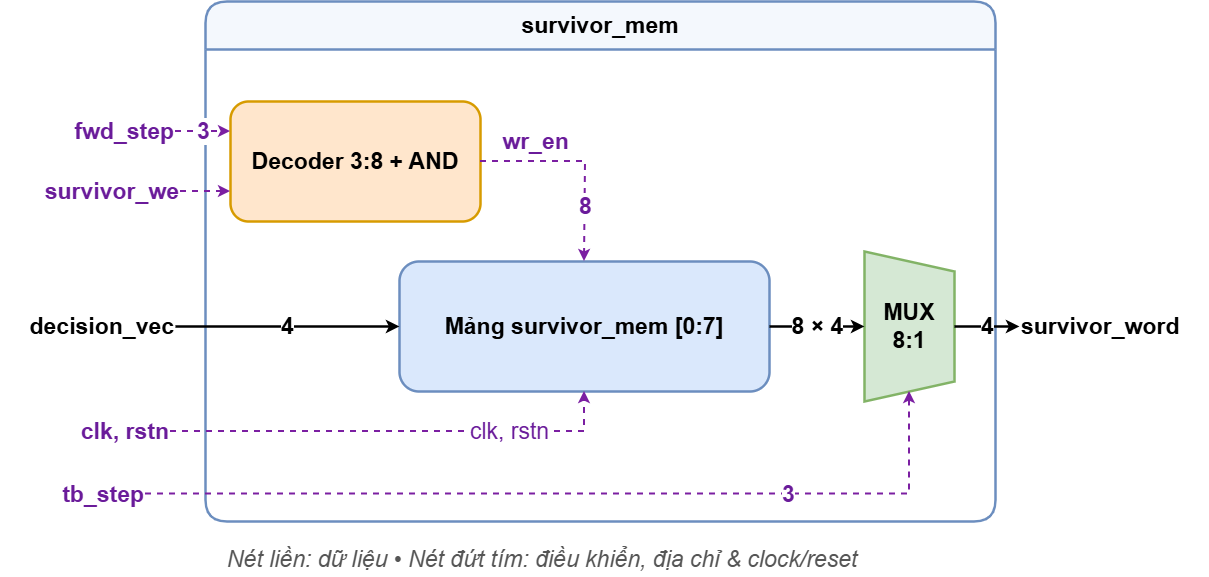
nvh1811/viterbi_decoder keeps this draw.io diagram as docs/figures/Viterbi_decoder-survivor_mem.drawio.png. Above is the earlier version. Source tidied: cells renumbered, new cells last; positions are measured from the earlier drawing's top-left corner, leaving out a move shared by most shapes.
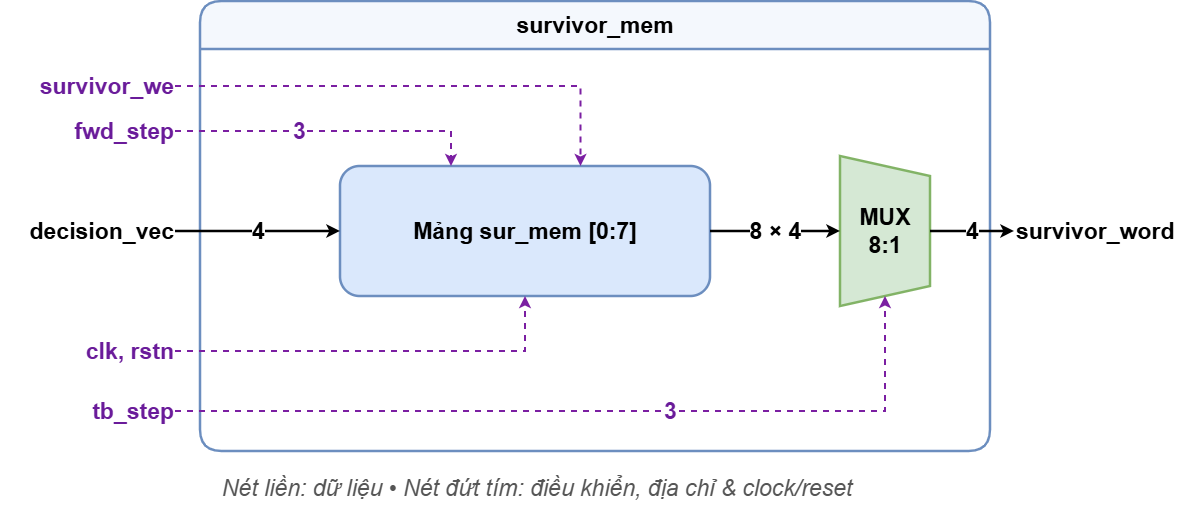
After the commit.

Diff of the diagram source:
```diff
@@ -3,73 +3,71 @@
     <mxCell id="0" />
     <mxCell id="1" parent="0" />
     <mxCell id="2" value="survivor_mem" style="swimlane;whiteSpace=wrap;html=1;fillColor=#F4F8FD;strokeColor=#6C8EBF;strokeWidth=2.5;fontStyle=1;fontSize=23;startSize=48;rounded=1;" parent="1" vertex="1">
-      <mxGeometry x="205" width="790" height="520" as="geometry" />
+      <mxGeometry x="205" width="790" height="450" as="geometry" />
     </mxCell>
-    <mxCell id="3" value="&lt;b&gt;Decoder 3:8 + AND&lt;/b&gt;" style="rounded=1;whiteSpace=wrap;html=1;fillColor=#FFE6CC;strokeColor=#D79B00;strokeWidth=2.5;fontSize=23;" parent="2" vertex="1">
-      <mxGeometry x="25" y="100" width="250" height="120" as="geometry" />
-    </mxCell>
-    <mxCell id="4" value="&lt;b&gt;Mảng survivor_mem [0:7]&lt;/b&gt;" style="rounded=1;whiteSpace=wrap;html=1;fillColor=#DAE8FC;strokeColor=#6C8EBF;strokeWidth=2.5;fontSize=23;" parent="2" vertex="1">
-      <mxGeometry x="194" y="260" width="370" height="130" as="geometry" />
+    <mxCell id="4" value="&lt;b&gt;Mảng sur_mem [0:7]&lt;/b&gt;" style="rounded=1;whiteSpace=wrap;html=1;fillColor=#DAE8FC;strokeColor=#6C8EBF;strokeWidth=2.5;fontSize=23;" parent="2" vertex="1">
+      <mxGeometry x="140" y="165" width="370" height="130" as="geometry" />
     </mxCell>
     <mxCell id="5" value="&lt;b&gt;MUX 8:1&lt;/b&gt;" style="shape=trapezoid;perimeter=trapezoidPerimeter;whiteSpace=wrap;html=1;fixedSize=1;rotation=90;fillColor=#D5E8D4;strokeColor=#82B366;strokeWidth=2.5;fontSize=23;horizontal=0;" parent="2" vertex="1">
-      <mxGeometry x="629" y="280" width="150" height="90" as="geometry" />
+      <mxGeometry x="610" y="185" width="150" height="90" as="geometry" />
     </mxCell>
-    <mxCell id="6" value="wr_en" style="edgeStyle=orthogonalEdgeStyle;rounded=0;html=1;strokeWidth=2;dashed=1;strokeColor=#7B1FA2;fontColor=#6A1B9A;fontStyle=1;fontSize=23;entryX=0.5;entryY=0;entryDx=0;entryDy=0;" parent="2" edge="1" source="3" target="4">
-      <mxGeometry x="-0.46" y="20" relative="1" as="geometry">
-        <Array as="points">
-          <mxPoint x="380" y="160" />
-        </Array>
-      </mxGeometry>
-    </mxCell>
-    <mxCell id="7" value="8" style="edgeLabel;html=1;align=center;verticalAlign=middle;inheritText=1;fontSize=23;fontColor=#6A1B9A;fontStyle=1;" parent="6" vertex="1">
-      <mxGeometry x="0.47" relative="1" as="geometry" />
-    </mxCell>
     <mxCell id="8" value="8 × 4" style="edgeStyle=orthogonalEdgeStyle;rounded=0;html=1;strokeWidth=2.5;fontStyle=1;fontSize=23;entryX=0.5;entryY=1;entryDx=0;entryDy=0;" parent="2" edge="1" source="4" target="5">
       <mxGeometry relative="1" as="geometry" />
     </mxCell>
+    <mxCell id="10" value="&lt;b&gt;survivor_we&lt;/b&gt;" style="text;html=1;align=right;verticalAlign=middle;fontSize=23;fontColor=#6A1B9A;" parent="1" vertex="1">
+      <mxGeometry x="10" y="65" width="170" height="40" as="geometry" />
+    </mxCell>
     <mxCell id="9" value="&lt;b&gt;fwd_step&lt;/b&gt;" style="text;html=1;align=right;verticalAlign=middle;fontSize=23;fontColor=#6A1B9A;" parent="1" vertex="1">
-      <mxGeometry x="25" y="110" width="150" height="40" as="geometry" />
+      <mxGeometry x="30" y="110" width="150" height="40" as="geometry" />
     </mxCell>
-    <mxCell id="10" value="&lt;b&gt;survivor_we&lt;/b&gt;" style="text;html=1;align=right;verticalAlign=middle;fontSize=23;fontColor=#6A1B9A;" parent="1" vertex="1">
-      <mxGeometry x="10" y="170" width="170" height="40" as="geometry" />
-    </mxCell>
     <mxCell id="11" value="&lt;b&gt;decision_vec&lt;/b&gt;" style="text;html=1;align=right;verticalAlign=middle;fontSize=23;" parent="1" vertex="1">
-      <mxGeometry y="305" width="175" height="40" as="geometry" />
+      <mxGeometry x="5" y="210" width="175" height="40" as="geometry" />
     </mxCell>
     <mxCell id="12" value="&lt;b&gt;clk, rstn&lt;/b&gt;" style="text;html=1;align=right;verticalAlign=middle;fontSize=23;fontColor=#6A1B9A;" parent="1" vertex="1">
-      <mxGeometry x="30" y="410" width="140" height="40" as="geometry" />
+      <mxGeometry x="40" y="330" width="140" height="40" as="geometry" />
     </mxCell>
     <mxCell id="13" value="&lt;b&gt;tb_step&lt;/b&gt;" style="text;html=1;align=right;verticalAlign=middle;fontSize=23;fontColor=#6A1B9A;" parent="1" vertex="1">
-      <mxGeometry x="5" y="472.5" width="140" height="40" as="geometry" />
+      <mxGeometry x="40" y="390" width="140" height="40" as="geometry" />
     </mxCell>
     <mxCell id="14" value="&lt;b&gt;survivor_word&lt;/b&gt;" style="text;html=1;align=left;verticalAlign=middle;fontSize=23;" parent="1" vertex="1">
-      <mxGeometry x="1019" y="305" width="190" height="40" as="geometry" />
+      <mxGeometry x="1019" y="210" width="190" height="40" as="geometry" />
     </mxCell>
+    <mxCell id="16" style="edgeStyle=orthogonalEdgeStyle;rounded=0;html=1;strokeWidth=2;dashed=1;strokeColor=#7B1FA2;fontSize=23;entryX=0.65;entryY=0;entryDx=0;entryDy=0;" parent="1" edge="1" source="10" target="4">
+      <mxGeometry relative="1" as="geometry">
+        <Array as="points">
+          <mxPoint x="585" y="85" />
+        </Array>
+      </mxGeometry>
+    </mxCell>
-    <mxCell id="15" value="3" style="edgeStyle=orthogonalEdgeStyle;rounded=0;html=1;strokeWidth=2;dashed=1;strokeColor=#7B1FA2;fontColor=#6A1B9A;fontStyle=1;fontSize=23;entryX=0;entryY=0.25;entryDx=0;entryDy=0;" parent="1" edge="1" source="9" target="3">
-      <mxGeometry relative="1" as="geometry" />
+    <mxCell id="15" value="3" style="edgeStyle=orthogonalEdgeStyle;rounded=0;html=1;strokeWidth=2;dashed=1;strokeColor=#7B1FA2;fontColor=#6A1B9A;fontStyle=1;fontSize=23;entryX=0.3;entryY=0;entryDx=0;entryDy=0;" parent="1" edge="1" source="9" target="4">
+      <mxGeometry x="-0.2" relative="1" as="geometry">
+        <Array as="points">
+          <mxPoint x="456" y="130" />
+        </Array>
+      </mxGeometry>
     </mxCell>
-    <mxCell id="16" style="edgeStyle=orthogonalEdgeStyle;rounded=0;html=1;strokeWidth=2;dashed=1;strokeColor=#7B1FA2;entryX=0;entryY=0.75;entryDx=0;entryDy=0;fontSize=23;" parent="1" edge="1" source="10" target="3">
-      <mxGeometry relative="1" as="geometry" />
-    </mxCell>
     <mxCell id="17" value="4" style="edgeStyle=orthogonalEdgeStyle;rounded=0;html=1;strokeWidth=2.5;fontStyle=1;fontSize=23;entryX=0;entryY=0.5;entryDx=0;entryDy=0;" parent="1" edge="1" source="11" target="4">
       <mxGeometry relative="1" as="geometry" />
     </mxCell>
     <mxCell id="18" value="4" style="edgeStyle=orthogonalEdgeStyle;rounded=0;html=1;strokeWidth=2.5;fontStyle=1;fontSize=23;exitX=0.5;exitY=0;exitDx=0;exitDy=0;" parent="1" edge="1" source="5" target="14">
       <mxGeometry relative="1" as="geometry" />
     </mxCell>
-    <mxCell id="19" value="clk, rstn" style="edgeStyle=orthogonalEdgeStyle;rounded=0;html=1;strokeWidth=2;dashed=1;strokeColor=#7B1FA2;fontColor=#6A1B9A;fontSize=23;entryX=0.5;entryY=1;entryDx=0;entryDy=0;" parent="1" edge="1" source="12" target="4">
-      <mxGeometry x="0.49" relative="1" as="geometry">
+    <mxCell id="19" style="edgeStyle=orthogonalEdgeStyle;rounded=0;html=1;strokeWidth=2;dashed=1;strokeColor=#7B1FA2;fontColor=#6A1B9A;fontSize=23;entryX=0.5;entryY=1;entryDx=0;entryDy=0;" parent="1" edge="1" source="12" target="4">
+      <mxGeometry relative="1" as="geometry">
         <Array as="points">
-          <mxPoint x="75" y="430" />
-          <mxPoint x="585" y="430" />
+          <mxPoint x="530" y="350" />
         </Array>
       </mxGeometry>
     </mxCell>
     <mxCell id="20" value="3" style="edgeStyle=orthogonalEdgeStyle;rounded=0;html=1;strokeWidth=2;dashed=1;strokeColor=#7B1FA2;fontColor=#6A1B9A;fontStyle=1;fontSize=23;entryX=1;entryY=0.5;entryDx=0;entryDy=0;" parent="1" edge="1" source="13" target="5">
-      <mxGeometry x="0.49" relative="1" as="geometry" />
+      <mxGeometry x="0.2" relative="1" as="geometry">
+        <Array as="points">
+          <mxPoint x="890" y="410" />
+        </Array>
+      </mxGeometry>
     </mxCell>
     <mxCell id="21" value="&lt;i&gt;Nét liền: dữ liệu • Nét đứt tím: điều khiển, địa chỉ &amp;amp; clock/reset&lt;/i&gt;" style="text;html=1;align=left;verticalAlign=middle;fontSize=23;fontColor=#555555;" parent="1" vertex="1">
-      <mxGeometry x="225" y="540" width="980" height="35" as="geometry" />
+      <mxGeometry x="225" y="470" width="980" height="35" as="geometry" />
     </mxCell>
   </root>
 </mxGraphModel>
```
